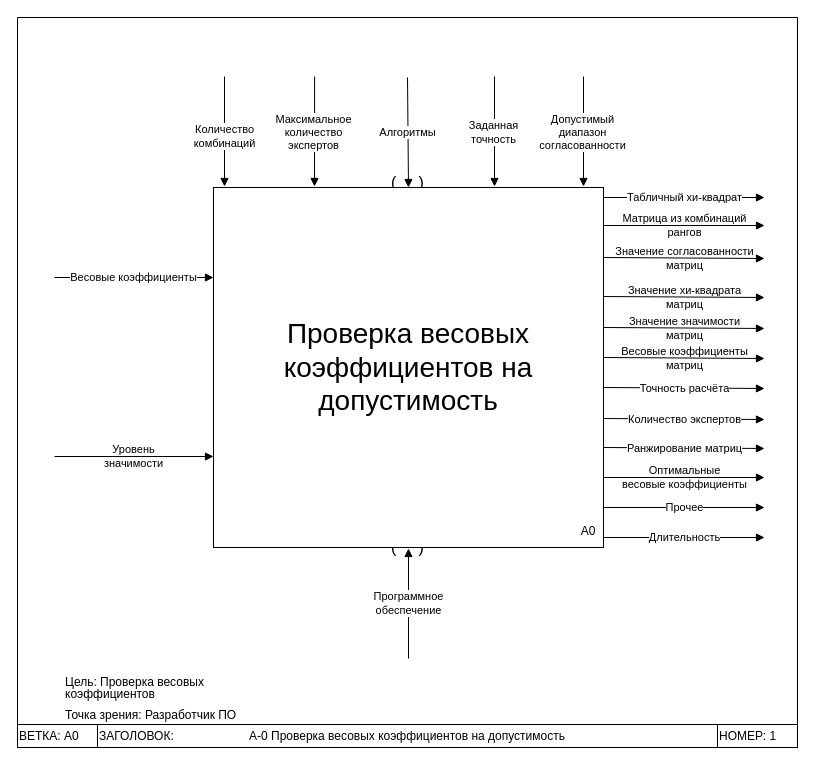
This is page "Контекстная" (1 of 4) of draw_io/idef0 prog.drawio from Dimj1k/Works, a draw.io file, before an edit. Source tidied: cells renumbered, new cells numbered last; positions are measured from the earlier drawing's top-left corner, leaving out a move shared by most shapes. Both pictures are drawn from the tidied source at 100%, with x=0, y=0 at pixel (17, 17).
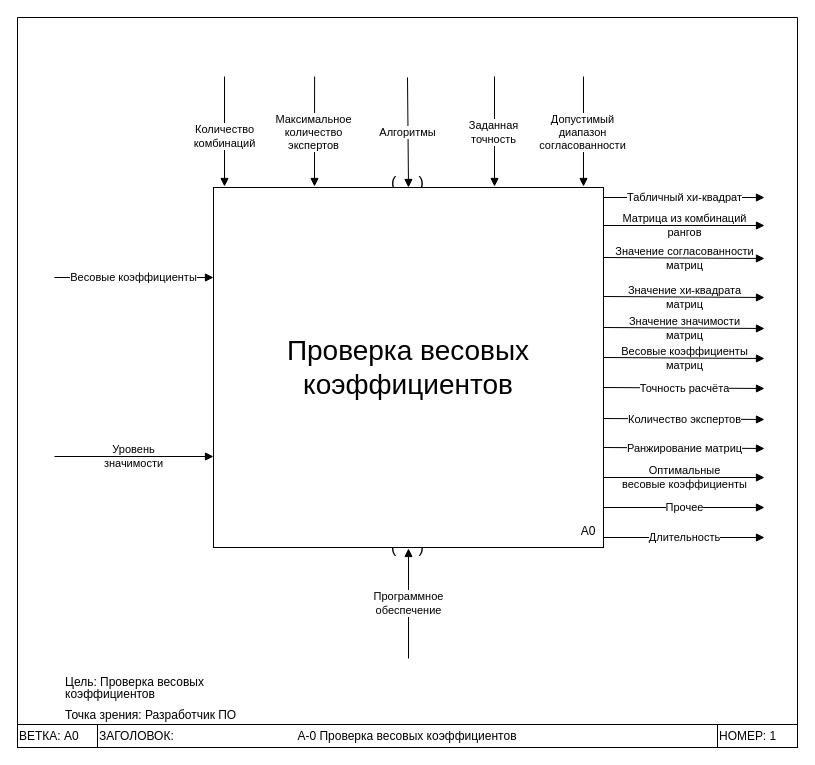
The same diagram, later.

The change refers to these unchanged cells:
```xml
<mxCell id="3" style="swimlane;direction=west;" parent="1" vertex="1">
  <mxGeometry width="780" height="730" as="geometry" />
</mxCell>
<mxCell id="22" style="group;" parent="1" vertex="1">
  <mxGeometry x="196" y="170" width="390" height="370" as="geometry" />
</mxCell>
```

Change to the diagram source:
```diff
@@
-    <mxCell id="7" value="А-0 Проверка весовых коэффициентов на допустимость" style="text;html=1;strokeColor=none;fillColor=none;align=center;verticalAlign=middle;whiteSpace=wrap;rounded=0;glass=0;" parent="3" vertex="1">
+    <mxCell id="7" value="А-0 Проверка весовых коэффициентов" style="text;html=1;strokeColor=none;fillColor=none;align=center;verticalAlign=middle;whiteSpace=wrap;rounded=0;glass=0;" parent="3" vertex="1">
       <mxGeometry x="80" y="707" width="620" height="23" as="geometry" />
     </mxCell>
@@
-    <mxCell id="23" value="&lt;span style=&quot;font-size: 28px;&quot;&gt;Проверка весовых коэффициентов на допустимость&lt;br&gt;&lt;/span&gt;" style="rounded=0;whiteSpace=wrap;html=1;" parent="22" vertex="1">
+    <mxCell id="23" value="&lt;span style=&quot;font-size: 28px;&quot;&gt;Проверка весовых коэффициентов&lt;br&gt;&lt;/span&gt;" style="rounded=0;whiteSpace=wrap;html=1;" parent="22" vertex="1">
       <mxGeometry width="390" height="360" as="geometry" />
     </mxCell>
```
